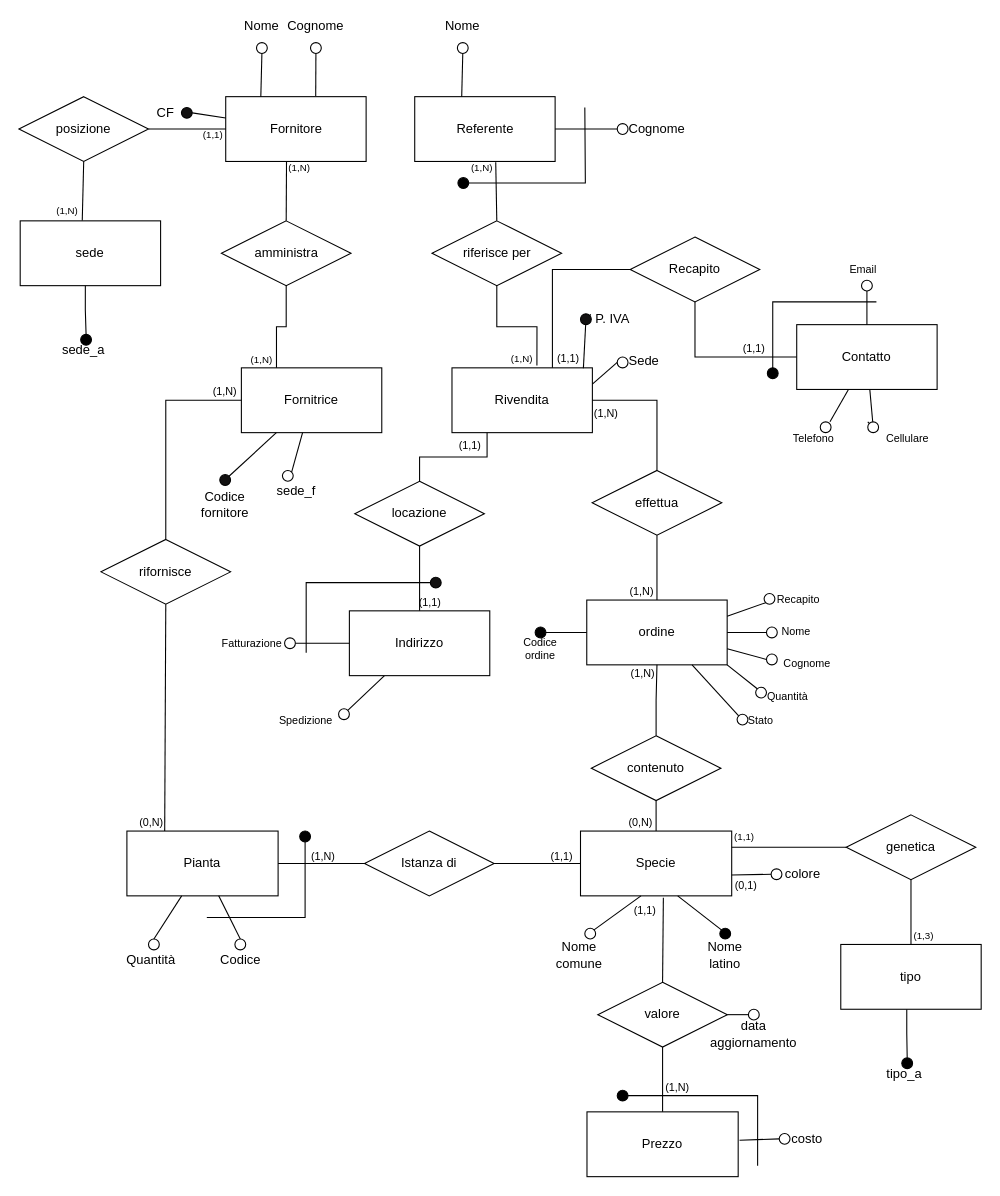
This is ER_schema/PROG_CONCETTUALE/correzione_generale.drawio from zeroParanoie/PROGETTO_BD, a draw.io file, before an edit. Source tidied: cells renumbered, new cells numbered last; positions are measured from the earlier drawing's top-left corner, leaving out a move shared by most shapes. Both pictures are drawn from the tidied source at 108%, with x=0, y=0 at pixel (18, 21).
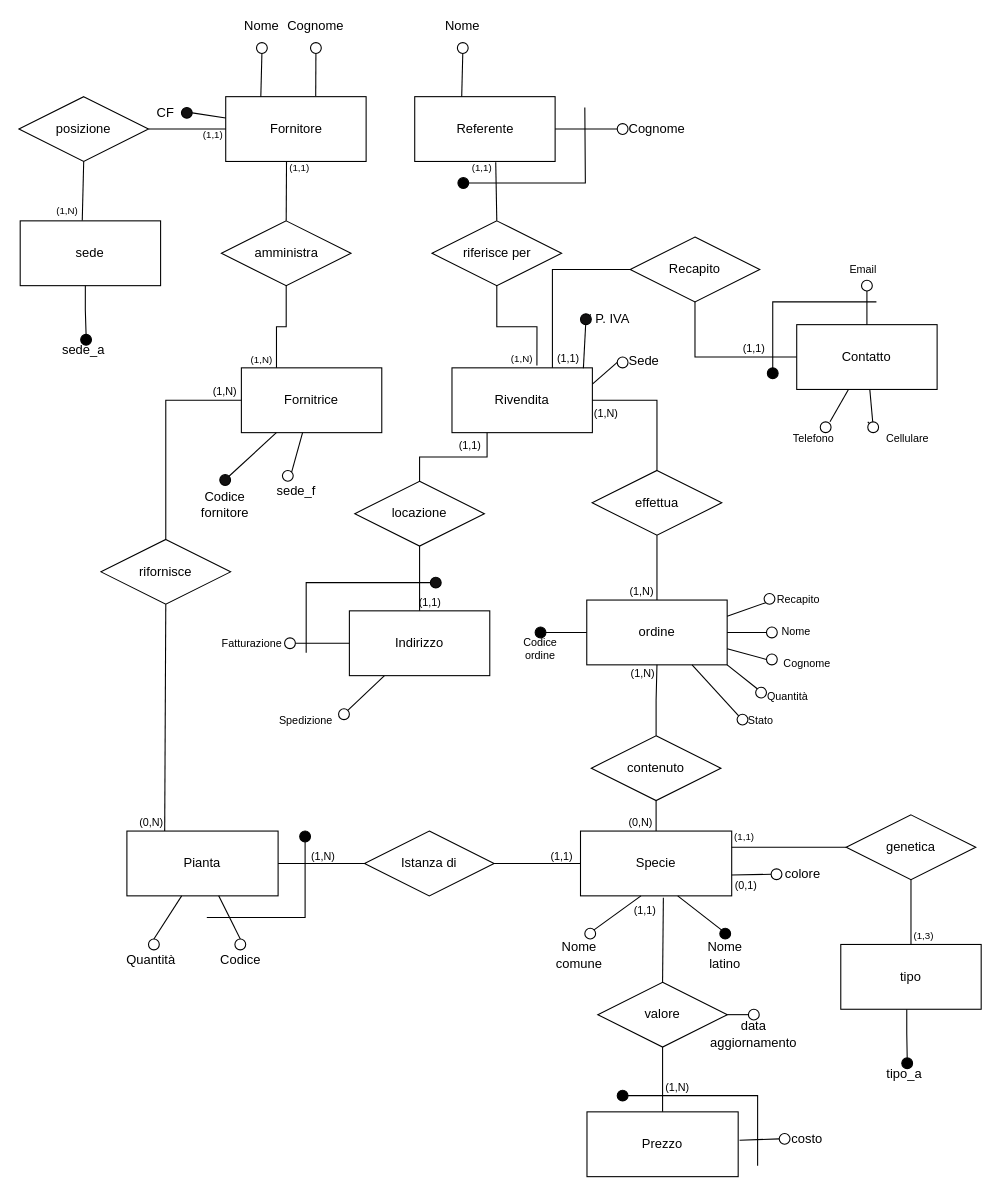
The same diagram, later.

Change to the diagram source:
```diff
@@
-    <mxCell id="132" value="&lt;font style=&quot;font-size: 9px;&quot;&gt;(1,N)&lt;/font&gt;" style="text;html=1;strokeColor=none;fillColor=none;align=center;verticalAlign=middle;whiteSpace=wrap;rounded=0;" parent="1" vertex="1">
+    <mxCell id="132" value="&lt;font style=&quot;font-size: 9px;&quot;&gt;(1,1)&lt;/font&gt;" style="text;html=1;strokeColor=none;fillColor=none;align=center;verticalAlign=middle;whiteSpace=wrap;rounded=0;" parent="1" vertex="1">
       <mxGeometry x="416.5" y="125" width="24" height="20" as="geometry" />
     </mxCell>
-    <mxCell id="133" value="&lt;font style=&quot;font-size: 9px;&quot;&gt;(1,N)&lt;/font&gt;" style="text;html=1;strokeColor=none;fillColor=none;align=center;verticalAlign=middle;whiteSpace=wrap;rounded=0;" parent="1" vertex="1">
+    <mxCell id="133" value="&lt;font style=&quot;font-size: 9px;&quot;&gt;(1,1)&lt;/font&gt;" style="text;html=1;strokeColor=none;fillColor=none;align=center;verticalAlign=middle;whiteSpace=wrap;rounded=0;" parent="1" vertex="1">
       <mxGeometry x="247.5" y="125" width="24" height="20" as="geometry" />
     </mxCell>
```
